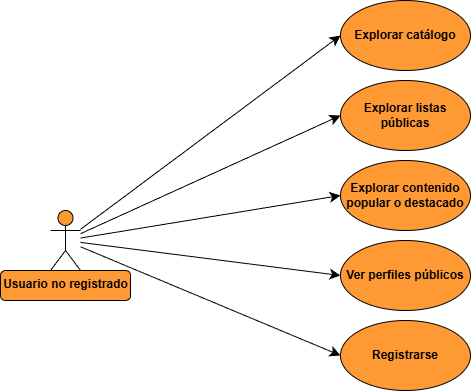
GivenCloud/TFG_MovieMate keeps this draw.io diagram as Imágenes/Diagrama de casos de uso/Diagrama casos de uso usuario no registrado.png. Above is the earlier version. Source tidied: cells renumbered, new cells last; positions are measured from the earlier drawing's top-left corner, leaving out a move shared by most shapes. Its diagram source:
```xml
<mxGraphModel>
  <root>
    <mxCell id="0" />
    <mxCell id="1" parent="0" />
    <mxCell id="2" style="edgeStyle=none;curved=1;rounded=0;jettySize=auto;html=1;entryX=0;entryY=0.5;entryDx=0;entryDy=0;fontSize=12;startSize=8;endSize=8;" parent="1" edge="1" source="14" target="7">
      <mxGeometry relative="1" as="geometry" />
    </mxCell>
    <mxCell id="3" style="edgeStyle=none;curved=1;rounded=0;jettySize=auto;html=1;entryX=0;entryY=0.5;entryDx=0;entryDy=0;fontSize=12;startSize=8;endSize=8;" parent="1" edge="1" source="14" target="8">
      <mxGeometry relative="1" as="geometry" />
    </mxCell>
    <mxCell id="4" style="edgeStyle=none;curved=1;rounded=0;jettySize=auto;html=1;entryX=0;entryY=0.5;entryDx=0;entryDy=0;fontSize=12;startSize=8;endSize=8;" parent="1" edge="1" source="14" target="11">
      <mxGeometry relative="1" as="geometry" />
    </mxCell>
    <mxCell id="5" style="edgeStyle=none;curved=1;rounded=0;jettySize=auto;html=1;entryX=0;entryY=0.5;entryDx=0;entryDy=0;fontSize=12;startSize=8;endSize=8;" parent="1" edge="1" source="14" target="9">
      <mxGeometry relative="1" as="geometry" />
    </mxCell>
    <mxCell id="6" style="edgeStyle=none;curved=1;rounded=0;jettySize=auto;html=1;entryX=0;entryY=0.5;entryDx=0;entryDy=0;fontSize=12;startSize=8;endSize=8;" parent="1" edge="1" source="14" target="10">
      <mxGeometry relative="1" as="geometry" />
    </mxCell>
    <mxCell id="7" value="Explorar catálogo" style="ellipse;whiteSpace=wrap;html=1;fillColor=#FF9933;fontStyle=1;" parent="1" vertex="1">
      <mxGeometry x="340" width="130" height="70" as="geometry" />
    </mxCell>
    <mxCell id="8" value="Explorar listas públicas" style="ellipse;whiteSpace=wrap;html=1;fillColor=#FF9933;fontStyle=1;" parent="1" vertex="1">
      <mxGeometry x="340" y="80" width="130" height="70" as="geometry" />
    </mxCell>
    <mxCell id="9" value="Ver perfiles públicos&lt;span style=&quot;color: rgba(0, 0, 0, 0); font-family: monospace; font-size: 0px; text-align: start; text-wrap-mode: nowrap;&quot;&gt;%3CmxGraphModel%3E%3Croot%3E%3CmxCell%20id%3D%220%22%2F%3E%3CmxCell%20id%3D%221%22%20parent%3D%220%22%2F%3E%3CmxCell%20id%3D%222%22%20parent%3D%221%22%20style%3D%22ellipse%3BwhiteSpace%3Dwrap%3Bhtml%3D1%3B%22%20value%3D%22Explorar%20cat%C3%A1logo%22%20vertex%3D%221%22%3E%3CmxGeometry%20height%3D%2270%22%20width%3D%22140%22%20x%3D%22280%22%20y%3D%22240%22%20as%3D%22geometry%22%2F%3E%3C%2FmxCell%3E%3C%2Froot%3E%3C%2FmxGraphModel%3E&lt;/span&gt;" style="ellipse;whiteSpace=wrap;html=1;fillColor=light-dark(#FF9933,#FF9933);fontStyle=1;" parent="1" vertex="1">
      <mxGeometry x="340" y="240" width="130" height="70" as="geometry" />
    </mxCell>
    <mxCell id="10" value="Registrarse" style="ellipse;whiteSpace=wrap;html=1;fillColor=light-dark(#FF9933,#FF9933);fontStyle=1;" parent="1" vertex="1">
      <mxGeometry x="340" y="320" width="130" height="70" as="geometry" />
    </mxCell>
    <mxCell id="11" value="Explorar contenido popular o destacado" style="ellipse;whiteSpace=wrap;html=1;fillColor=#FF9933;fontStyle=1;" parent="1" vertex="1">
      <mxGeometry x="340" y="160" width="130" height="70" as="geometry" />
    </mxCell>
    <mxCell id="12" style="group;" parent="1" vertex="1">
      <mxGeometry y="210" width="130" height="90" as="geometry" />
    </mxCell>
    <mxCell id="13" style="rounded=1;whiteSpace=wrap;html=1;fillColor=light-dark(#FF9933,#FF9933);" parent="12" vertex="1">
      <mxGeometry y="60" width="130" height="30" as="geometry" />
    </mxCell>
    <mxCell id="14" value="Usuario no registrado" style="shape=umlActor;verticalLabelPosition=bottom;verticalAlign=top;html=1;outlineConnect=0;fillColor=light-dark(#FF9933,#FF9933);fontStyle=1;" parent="12" vertex="1">
      <mxGeometry x="50" width="30" height="60" as="geometry" />
    </mxCell>
  </root>
</mxGraphModel>
```
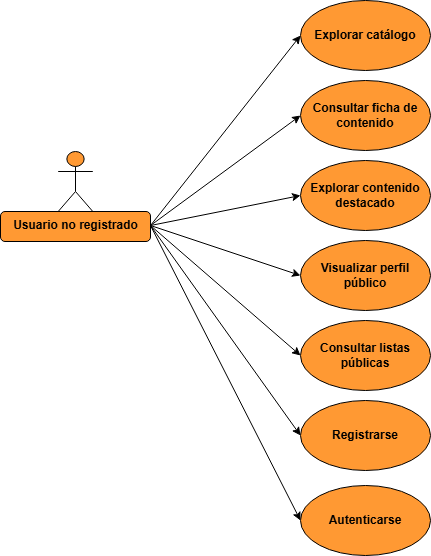
Above is the later version.

Diff of the diagram source:
```diff
@@ -2,44 +2,70 @@
   <root>
     <mxCell id="0" />
     <mxCell id="1" parent="0" />
-    <mxCell id="2" style="edgeStyle=none;curved=1;rounded=0;jettySize=auto;html=1;entryX=0;entryY=0.5;entryDx=0;entryDy=0;fontSize=12;startSize=8;endSize=8;" parent="1" edge="1" source="14" target="7">
-      <mxGeometry relative="1" as="geometry" />
-    </mxCell>
-    <mxCell id="3" style="edgeStyle=none;curved=1;rounded=0;jettySize=auto;html=1;entryX=0;entryY=0.5;entryDx=0;entryDy=0;fontSize=12;startSize=8;endSize=8;" parent="1" edge="1" source="14" target="8">
-      <mxGeometry relative="1" as="geometry" />
-    </mxCell>
-    <mxCell id="4" style="edgeStyle=none;curved=1;rounded=0;jettySize=auto;html=1;entryX=0;entryY=0.5;entryDx=0;entryDy=0;fontSize=12;startSize=8;endSize=8;" parent="1" edge="1" source="14" target="11">
-      <mxGeometry relative="1" as="geometry" />
-    </mxCell>
-    <mxCell id="5" style="edgeStyle=none;curved=1;rounded=0;jettySize=auto;html=1;entryX=0;entryY=0.5;entryDx=0;entryDy=0;fontSize=12;startSize=8;endSize=8;" parent="1" edge="1" source="14" target="9">
-      <mxGeometry relative="1" as="geometry" />
-    </mxCell>
-    <mxCell id="6" style="edgeStyle=none;curved=1;rounded=0;jettySize=auto;html=1;entryX=0;entryY=0.5;entryDx=0;entryDy=0;fontSize=12;startSize=8;endSize=8;" parent="1" edge="1" source="14" target="10">
-      <mxGeometry relative="1" as="geometry" />
-    </mxCell>
     <mxCell id="7" value="Explorar catálogo" style="ellipse;whiteSpace=wrap;html=1;fillColor=#FF9933;fontStyle=1;" parent="1" vertex="1">
       <mxGeometry x="340" width="130" height="70" as="geometry" />
     </mxCell>
-    <mxCell id="8" value="Explorar listas públicas" style="ellipse;whiteSpace=wrap;html=1;fillColor=#FF9933;fontStyle=1;" parent="1" vertex="1">
+    <mxCell id="8" value="Consultar ficha de contenido" style="ellipse;whiteSpace=wrap;html=1;fillColor=#FF9933;fontStyle=1;" parent="1" vertex="1">
       <mxGeometry x="340" y="80" width="130" height="70" as="geometry" />
     </mxCell>
-    <mxCell id="9" value="Ver perfiles públicos&lt;span style=&quot;color: rgba(0, 0, 0, 0); font-family: monospace; font-size: 0px; text-align: start; text-wrap-mode: nowrap;&quot;&gt;%3CmxGraphModel%3E%3Croot%3E%3CmxCell%20id%3D%220%22%2F%3E%3CmxCell%20id%3D%221%22%20parent%3D%220%22%2F%3E%3CmxCell%20id%3D%222%22%20parent%3D%221%22%20style%3D%22ellipse%3BwhiteSpace%3Dwrap%3Bhtml%3D1%3B%22%20value%3D%22Explorar%20cat%C3%A1logo%22%20vertex%3D%221%22%3E%3CmxGeometry%20height%3D%2270%22%20width%3D%22140%22%20x%3D%22280%22%20y%3D%22240%22%20as%3D%22geometry%22%2F%3E%3C%2FmxCell%3E%3C%2Froot%3E%3C%2FmxGraphModel%3E&lt;/span&gt;" style="ellipse;whiteSpace=wrap;html=1;fillColor=light-dark(#FF9933,#FF9933);fontStyle=1;" parent="1" vertex="1">
+    <mxCell id="9" value="Visualizar perfil público" style="ellipse;whiteSpace=wrap;html=1;fillColor=light-dark(#FF9933,#FF9933);fontStyle=1;" parent="1" vertex="1">
       <mxGeometry x="340" y="240" width="130" height="70" as="geometry" />
     </mxCell>
-    <mxCell id="10" value="Registrarse" style="ellipse;whiteSpace=wrap;html=1;fillColor=light-dark(#FF9933,#FF9933);fontStyle=1;" parent="1" vertex="1">
-      <mxGeometry x="340" y="320" width="130" height="70" as="geometry" />
-    </mxCell>
-    <mxCell id="11" value="Explorar contenido popular o destacado" style="ellipse;whiteSpace=wrap;html=1;fillColor=#FF9933;fontStyle=1;" parent="1" vertex="1">
+    <mxCell id="11" value="Explorar contenido destacado" style="ellipse;whiteSpace=wrap;html=1;fillColor=#FF9933;fontStyle=1;" parent="1" vertex="1">
       <mxGeometry x="340" y="160" width="130" height="70" as="geometry" />
     </mxCell>
     <mxCell id="12" style="group;" parent="1" vertex="1">
-      <mxGeometry y="210" width="130" height="90" as="geometry" />
+      <mxGeometry x="40" y="151" width="150" height="100" as="geometry" />
     </mxCell>
     <mxCell id="13" style="rounded=1;whiteSpace=wrap;html=1;fillColor=light-dark(#FF9933,#FF9933);" parent="12" vertex="1">
-      <mxGeometry y="60" width="130" height="30" as="geometry" />
+      <mxGeometry y="60" width="150" height="30" as="geometry" />
     </mxCell>
     <mxCell id="14" value="Usuario no registrado" style="shape=umlActor;verticalLabelPosition=bottom;verticalAlign=top;html=1;outlineConnect=0;fillColor=light-dark(#FF9933,#FF9933);fontStyle=1;" parent="12" vertex="1">
-      <mxGeometry x="50" width="30" height="60" as="geometry" />
+      <mxGeometry x="57.7" width="34.6" height="60" as="geometry" />
     </mxCell>
+    <mxCell id="15" value="Consultar listas públicas" style="ellipse;whiteSpace=wrap;html=1;fillColor=#FF9933;fontStyle=1;" parent="1" vertex="1">
+      <mxGeometry x="340" y="320" width="130" height="70" as="geometry" />
+    </mxCell>
+    <mxCell id="10" value="Registrarse" style="ellipse;whiteSpace=wrap;html=1;fillColor=#FF9933;fontStyle=1;" parent="1" vertex="1">
+      <mxGeometry x="340" y="400" width="130" height="70" as="geometry" />
+    </mxCell>
+    <mxCell id="16" style="endArrow=classic;html=1;rounded=0;entryX=0;entryY=0.5;entryDx=0;entryDy=0;" parent="1" edge="1" target="7">
+      <mxGeometry relative="1" as="geometry">
+        <mxPoint x="190" y="225" as="sourcePoint" />
+      </mxGeometry>
+    </mxCell>
+    <mxCell id="17" style="endArrow=classic;html=1;rounded=0;entryX=0;entryY=0.5;entryDx=0;entryDy=0;" parent="1" edge="1" target="8">
+      <mxGeometry relative="1" as="geometry">
+        <mxPoint x="190" y="225" as="sourcePoint" />
+      </mxGeometry>
+    </mxCell>
+    <mxCell id="18" style="endArrow=classic;html=1;rounded=0;entryX=0;entryY=0.5;entryDx=0;entryDy=0;" parent="1" edge="1" target="11">
+      <mxGeometry relative="1" as="geometry">
+        <mxPoint x="190" y="225" as="sourcePoint" />
+      </mxGeometry>
+    </mxCell>
+    <mxCell id="19" style="endArrow=classic;html=1;rounded=0;entryX=0;entryY=0.5;entryDx=0;entryDy=0;" parent="1" edge="1" target="9">
+      <mxGeometry relative="1" as="geometry">
+        <mxPoint x="190" y="225" as="sourcePoint" />
+      </mxGeometry>
+    </mxCell>
+    <mxCell id="20" style="endArrow=classic;html=1;rounded=0;entryX=0;entryY=0.5;entryDx=0;entryDy=0;" parent="1" edge="1" target="15">
+      <mxGeometry relative="1" as="geometry">
+        <mxPoint x="190" y="225" as="sourcePoint" />
+      </mxGeometry>
+    </mxCell>
+    <mxCell id="21" style="endArrow=classic;html=1;rounded=0;entryX=0;entryY=0.5;entryDx=0;entryDy=0;" parent="1" edge="1" target="10">
+      <mxGeometry relative="1" as="geometry">
+        <mxPoint x="190" y="225" as="sourcePoint" />
+      </mxGeometry>
+    </mxCell>
+    <mxCell id="22" value="Autenticarse" style="ellipse;whiteSpace=wrap;html=1;fillColor=#FF9933;fontStyle=1;" parent="1" vertex="1">
+      <mxGeometry x="340" y="485" width="130" height="70" as="geometry" />
+    </mxCell>
+    <mxCell id="23" style="endArrow=classic;html=1;rounded=0;entryX=0;entryY=0.5;entryDx=0;entryDy=0;" parent="1" edge="1" target="22">
+      <mxGeometry relative="1" as="geometry">
+        <mxPoint x="190" y="225" as="sourcePoint" />
+      </mxGeometry>
+    </mxCell>
   </root>
 </mxGraphModel>
```
